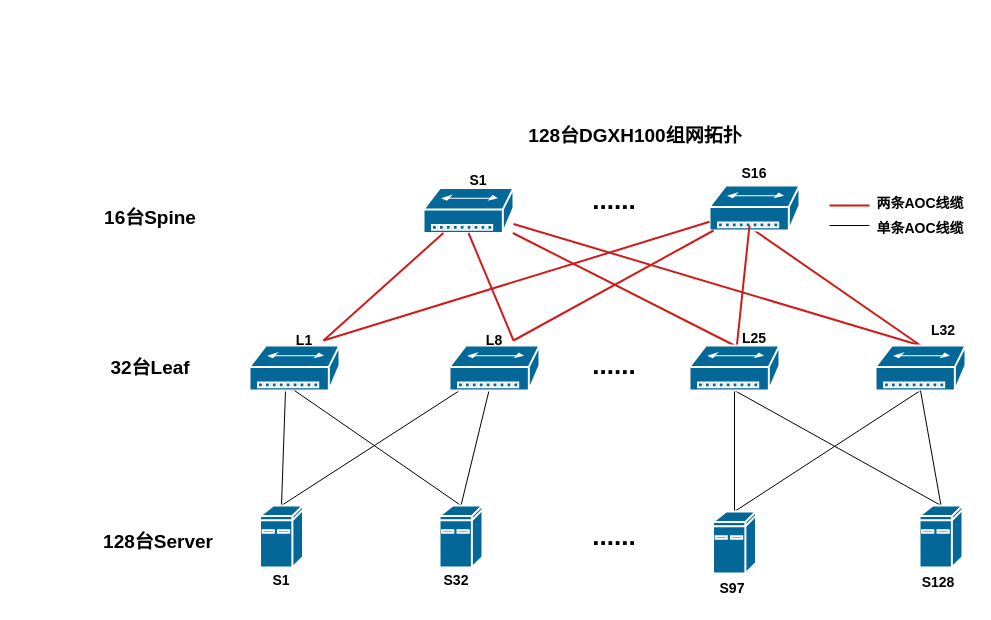
This is dgxh100-2048.drawio from hel-2000/network-draw, a draw.io file, before an edit. Source tidied: cells renumbered, new cells numbered last; positions are measured from the earlier drawing's top-left corner, leaving out a move shared by most shapes. Both pictures are drawn from the tidied source at 100%, with x=0, y=0 at pixel (95, 107).
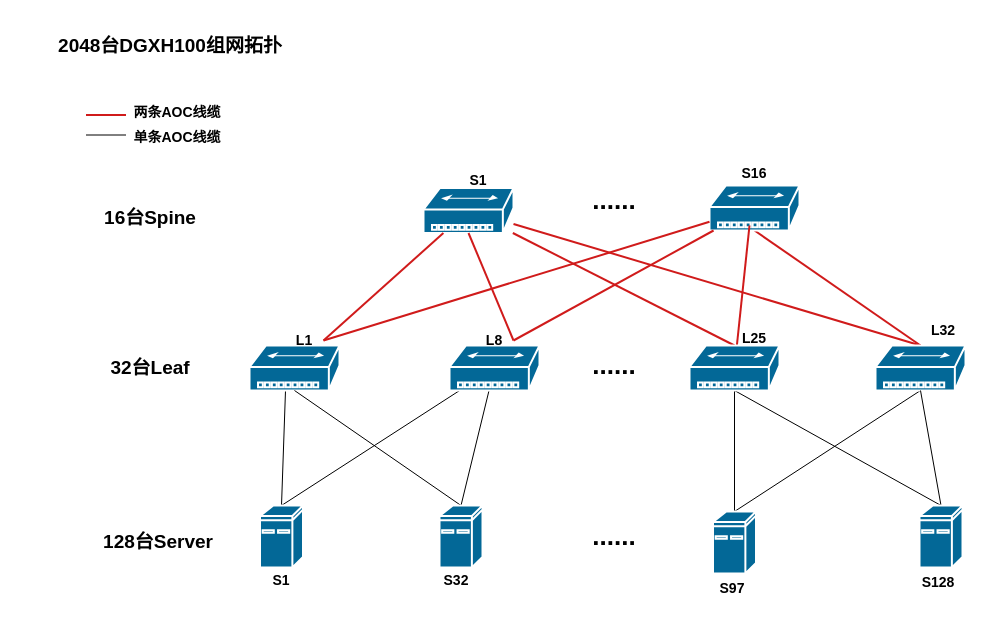
After the change.

Diff of the diagram source:
```diff
@@
-    <mxCell id="44" value="&lt;b style=&quot;&quot;&gt;&lt;font style=&quot;font-size: 19px;&quot;&gt;128台DGXH100组网拓扑&lt;/font&gt;&lt;/b&gt;" style="text;strokeColor=none;align=center;fillColor=none;html=1;verticalAlign=middle;whiteSpace=wrap;rounded=0;" parent="1" vertex="1">
-      <mxGeometry x="387" width="306" height="58" as="geometry" />
+    <mxCell id="44" value="&lt;b style=&quot;&quot;&gt;&lt;font style=&quot;font-size: 19px;&quot;&gt;2048台DGXH100组网拓扑&lt;/font&gt;&lt;/b&gt;" style="text;strokeColor=none;align=center;fillColor=none;html=1;verticalAlign=middle;whiteSpace=wrap;rounded=0;" parent="1" vertex="1">
+      <mxGeometry x="-78" y="-90" width="306" height="58" as="geometry" />
     </mxCell>
     <mxCell id="45" style="rounded=1;orthogonalLoop=1;jettySize=auto;html=1;endArrow=none;endFill=0;strokeWidth=2;strokeColor=#d01b1b;" parent="1" edge="1">
       <mxGeometry relative="1" as="geometry">
-        <mxPoint x="774" y="98" as="sourcePoint" />
-        <mxPoint x="734" y="98" as="targetPoint" />
+        <mxPoint x="30.5" y="7.5" as="sourcePoint" />
+        <mxPoint x="-9.5" y="7.5" as="targetPoint" />
       </mxGeometry>
     </mxCell>
     <mxCell id="46" style="rounded=0;orthogonalLoop=1;jettySize=auto;html=1;endArrow=none;endFill=0;" parent="1" edge="1">
       <mxGeometry relative="1" as="geometry">
-        <mxPoint x="774" y="118" as="sourcePoint" />
-        <mxPoint x="734" y="118" as="targetPoint" />
+        <mxPoint x="30.5" y="27.5" as="sourcePoint" />
+        <mxPoint x="-9.5" y="27.5" as="targetPoint" />
       </mxGeometry>
     </mxCell>
     <mxCell id="47" value="&lt;b style=&quot;&quot;&gt;&lt;font style=&quot;font-size: 14px;&quot;&gt;两条AOC线缆&lt;/font&gt;&lt;/b&gt;" style="text;strokeColor=none;align=center;fillColor=none;html=1;verticalAlign=middle;whiteSpace=wrap;rounded=0;" parent="1" vertex="1">
-      <mxGeometry x="776" y="80.5" width="98" height="30" as="geometry" />
+      <mxGeometry x="32.5" y="-10" width="98" height="30" as="geometry" />
     </mxCell>
     <mxCell id="48" value="&lt;b style=&quot;&quot;&gt;&lt;font style=&quot;font-size: 14px;&quot;&gt;单条AOC线缆&lt;/font&gt;&lt;/b&gt;" style="text;strokeColor=none;align=center;fillColor=none;html=1;verticalAlign=middle;whiteSpace=wrap;rounded=0;" parent="1" vertex="1">
-      <mxGeometry x="771" y="105.5" width="108" height="30" as="geometry" />
+      <mxGeometry x="27.5" y="15" width="108" height="30" as="geometry" />
     </mxCell>
```
